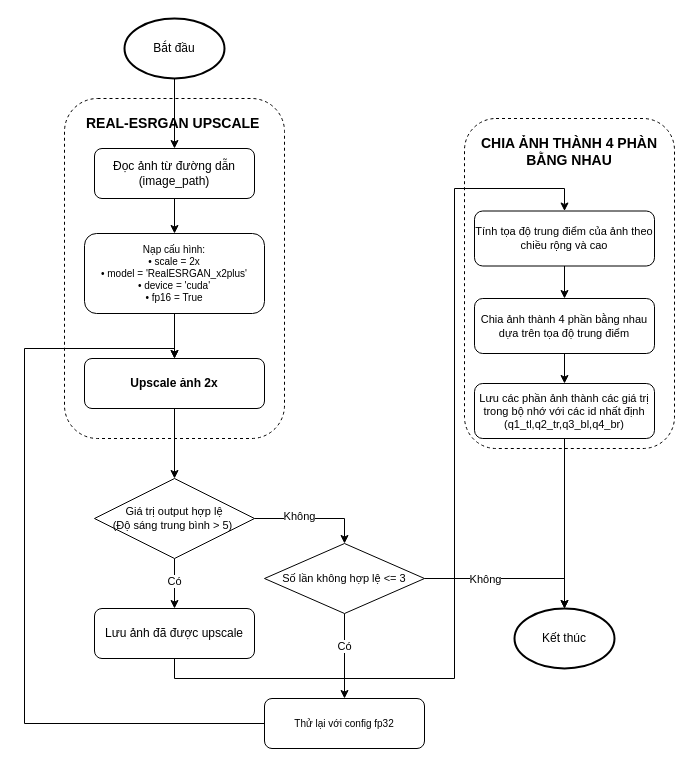
This is fig/upscale_image.drawio from Denzaro/DATN_Thesis, a draw.io file, before an edit. Source tidied: cells renumbered, new cells numbered last; positions are measured from the earlier drawing's top-left corner, leaving out a move shared by most shapes. Both pictures are drawn from the tidied source at 100%, with x=0, y=0 at pixel (24, 18).
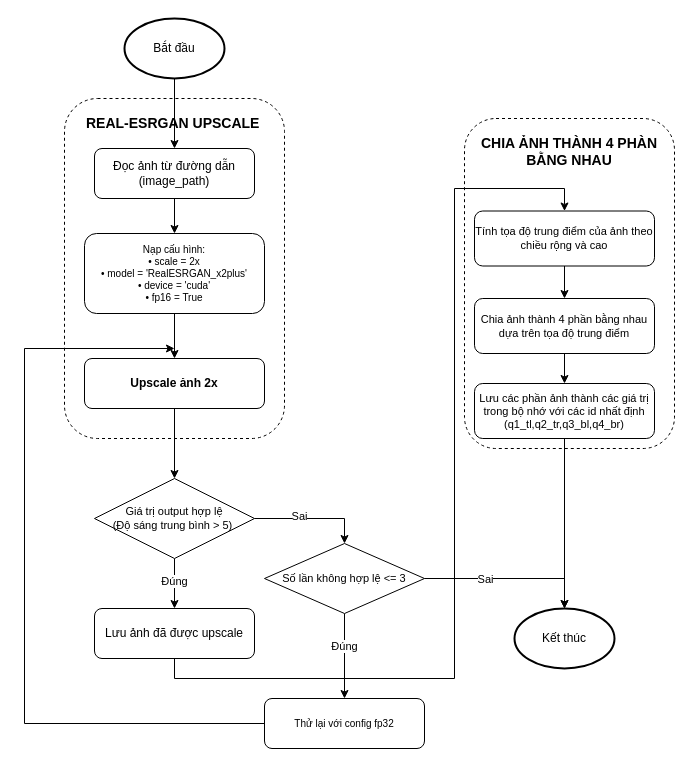
The same page after the edit.

Unchanged cells that the change refers to:
```xml
<mxCell id="9" value="Upscale ảnh 2x" style="rounded=1;whiteSpace=wrap;html=1;fontSize=12;fontStyle=1;" parent="1" vertex="1">
  <mxGeometry x="60" y="340" width="180" height="50" as="geometry" />
</mxCell>
<mxCell id="10" style="edgeStyle=orthogonalEdgeStyle;rounded=0;jettySize=auto;html=1;entryX=0.5;entryY=0;entryDx=0;entryDy=0;" parent="1" edge="1" source="14" target="17">
  <mxGeometry relative="1" as="geometry" />
</mxCell>
<mxCell id="12" style="edgeStyle=orthogonalEdgeStyle;rounded=0;jettySize=auto;html=1;entryX=0.5;entryY=0;entryDx=0;entryDy=0;" parent="1" edge="1" source="14" target="26">
  <mxGeometry relative="1" as="geometry" />
</mxCell>
<mxCell id="19" value="Thử lại với config fp32" style="rounded=1;whiteSpace=wrap;html=1;fontSize=10;" parent="1" vertex="1">
  <mxGeometry x="240" y="680" width="160" height="50" as="geometry" />
</mxCell>
<mxCell id="24" style="edgeStyle=orthogonalEdgeStyle;rounded=0;jettySize=auto;html=1;entryX=0.5;entryY=0;entryDx=0;entryDy=0;" parent="1" edge="1" source="26" target="19">
  <mxGeometry relative="1" as="geometry" />
</mxCell>
<mxCell id="31" style="edgeStyle=orthogonalEdgeStyle;rounded=0;jettySize=auto;html=1;entryX=0.5;entryY=0;entryDx=0;entryDy=0;entryPerimeter=0;" parent="1" edge="1" source="26" target="30">
  <mxGeometry relative="1" as="geometry" />
</mxCell>
```

The edit, as a diff of the source:
```diff
@@
-    <mxCell id="11" value="Có" style="edgeLabel;html=1;align=center;verticalAlign=middle;" parent="10" vertex="1">
+    <mxCell id="11" value="Đúng" style="edgeLabel;html=1;align=center;verticalAlign=middle;" parent="10" vertex="1">
       <mxGeometry x="-0.13" y="-1" relative="1" as="geometry" />
     </mxCell>
@@
-    <mxCell id="13" value="Không" style="edgeLabel;html=1;align=center;verticalAlign=middle;" parent="12" vertex="1">
+    <mxCell id="13" value="Sai" style="edgeLabel;html=1;align=center;verticalAlign=middle;" parent="12" vertex="1">
       <mxGeometry x="-0.23" y="3" relative="1" as="geometry" />
     </mxCell>
@@
-    <mxCell id="18" style="edgeStyle=orthogonalEdgeStyle;rounded=0;jettySize=auto;html=1;entryX=0.5;entryY=0;entryDx=0;entryDy=0;" parent="1" edge="1" source="19" target="9">
+    <mxCell id="18" style="edgeStyle=orthogonalEdgeStyle;rounded=0;jettySize=auto;html=1;" parent="1" edge="1" source="19">
       <mxGeometry relative="1" as="geometry">
+        <mxPoint x="150" y="330" as="targetPoint" />
         <Array as="points">
           <mxPoint y="705" />
           <mxPoint y="330" />
           <mxPoint x="150" y="330" />
         </Array>
       </mxGeometry>
     </mxCell>
@@
-    <mxCell id="25" value="Có" style="edgeLabel;html=1;align=center;verticalAlign=middle;" parent="24" vertex="1">
+    <mxCell id="25" value="Đúng" style="edgeLabel;html=1;align=center;verticalAlign=middle;" parent="24" vertex="1">
       <mxGeometry x="-0.24" y="-1" relative="1" as="geometry" />
     </mxCell>
@@
-    <mxCell id="32" value="Không" style="edgeLabel;html=1;align=center;verticalAlign=middle;" parent="31" vertex="1">
+    <mxCell id="32" value="Sai" style="edgeLabel;html=1;align=center;verticalAlign=middle;" parent="31" vertex="1">
       <mxGeometry x="-0.29" relative="1" as="geometry" />
     </mxCell>
```
